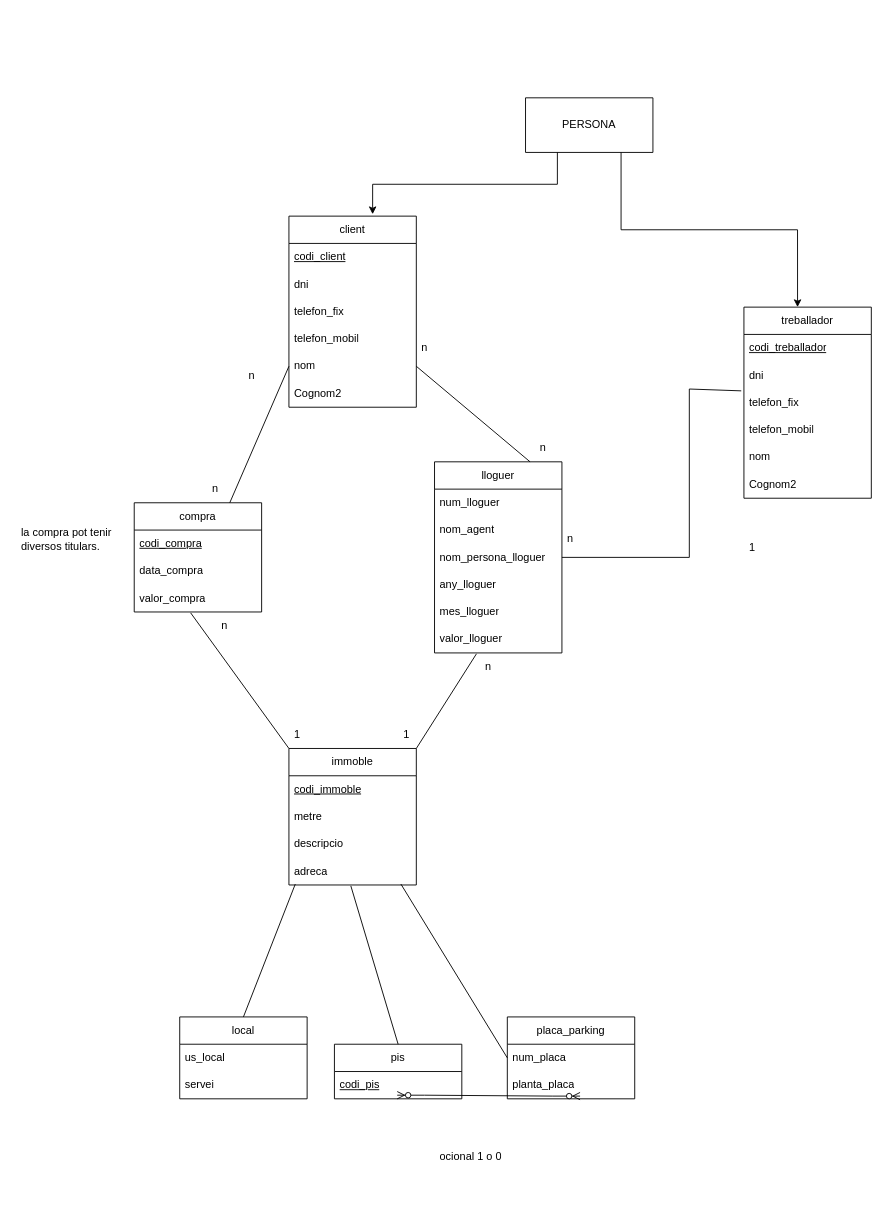
Above: M02_RA2_PT1(2).drawio in victor06-git/Progam_with_Victor (draw.io), before the change. Source tidied: cells renumbered, new cells numbered last; positions are measured from the earlier drawing's top-left corner, leaving out a move shared by most shapes. Both pictures are drawn from the tidied source at 91%, with x=0, y=0 at pixel (15, 97).
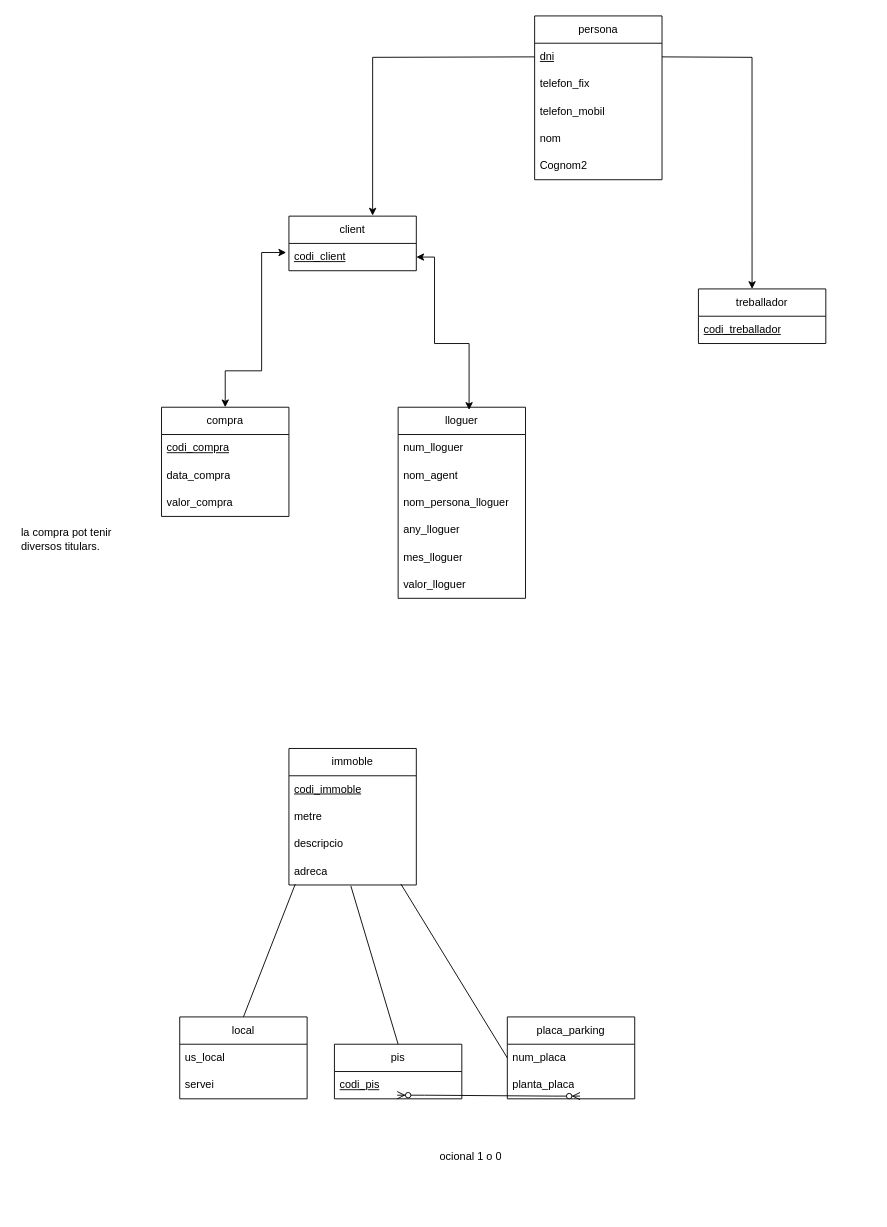
Above is the later version.

Unchanged cells that the change refers to:
```xml
<mxCell id="3" value="&lt;u&gt;codi_client&lt;/u&gt;" style="text;strokeColor=none;fillColor=none;align=left;verticalAlign=middle;spacingLeft=4;spacingRight=4;overflow=hidden;points=[[0,0.5],[1,0.5]];portConstraint=eastwest;whiteSpace=wrap;html=1;" parent="2" vertex="1">
  <mxGeometry y="30" width="140" height="30" as="geometry" />
</mxCell>
<mxCell id="16" value="immoble" style="swimlane;fontStyle=0;horizontal=1;startSize=30;whiteSpace=wrap;html=1;" parent="1" vertex="1">
  <mxGeometry x="300" y="715" width="140" height="150" as="geometry" />
</mxCell>
<mxCell id="32" value="valor_compra" style="text;strokeColor=none;fillColor=none;align=left;verticalAlign=middle;spacingLeft=4;spacingRight=4;overflow=hidden;points=[[0,0.5],[1,0.5]];portConstraint=eastwest;whiteSpace=wrap;html=1;" parent="29" vertex="1">
  <mxGeometry y="90" width="140" height="30" as="geometry" />
</mxCell>
<mxCell id="36" value="nom_persona_lloguer" style="text;strokeColor=none;fillColor=none;align=left;verticalAlign=middle;spacingLeft=4;spacingRight=4;overflow=hidden;points=[[0,0.5],[1,0.5]];portConstraint=eastwest;whiteSpace=wrap;html=1;" parent="33" vertex="1">
  <mxGeometry y="90" width="140" height="30" as="geometry" />
</mxCell>
<mxCell id="39" value="valor_lloguer" style="text;strokeColor=none;fillColor=none;align=left;verticalAlign=middle;spacingLeft=4;spacingRight=4;overflow=hidden;points=[[0,0.5],[1,0.5]];portConstraint=eastwest;whiteSpace=wrap;html=1;" parent="33" vertex="1">
  <mxGeometry y="180" width="140" height="30" as="geometry" />
</mxCell>
```

Change to the diagram source:
```diff
@@
     <mxCell id="2" value="client" style="swimlane;fontStyle=0;horizontal=1;startSize=30;whiteSpace=wrap;html=1;" parent="1" vertex="1">
-      <mxGeometry x="300" y="130" width="140" height="210" as="geometry" />
+      <mxGeometry x="300" y="130" width="140" height="60" as="geometry" />
     </mxCell>
@@
-    <mxCell id="4" value="dni" style="text;strokeColor=none;fillColor=none;align=left;verticalAlign=middle;spacingLeft=4;spacingRight=4;overflow=hidden;whiteSpace=wrap;html=1;" parent="2" vertex="1">
-      <mxGeometry y="60" width="140" height="30" as="geometry" />
-    </mxCell>
-    <mxCell id="5" value="telefon_fix" style="text;strokeColor=none;fillColor=none;align=left;verticalAlign=middle;spacingLeft=4;spacingRight=4;overflow=hidden;whiteSpace=wrap;html=1;" parent="2" vertex="1">
-      <mxGeometry y="90" width="140" height="30" as="geometry" />
-    </mxCell>
-    <mxCell id="6" value="telefon_mobil" style="text;strokeColor=none;fillColor=none;align=left;verticalAlign=middle;spacingLeft=4;spacingRight=4;overflow=hidden;whiteSpace=wrap;html=1;" parent="2" vertex="1">
-      <mxGeometry y="120" width="140" height="30" as="geometry" />
-    </mxCell>
-    <mxCell id="7" value="nom" style="text;strokeColor=none;fillColor=none;align=left;verticalAlign=middle;spacingLeft=4;spacingRight=4;overflow=hidden;points=[[0,0.5],[1,0.5]];portConstraint=eastwest;whiteSpace=wrap;html=1;" parent="2" vertex="1">
-      <mxGeometry y="150" width="140" height="30" as="geometry" />
-    </mxCell>
-    <mxCell id="8" value="Cognom2" style="text;strokeColor=none;fillColor=none;align=left;verticalAlign=middle;spacingLeft=4;spacingRight=4;overflow=hidden;whiteSpace=wrap;html=1;" parent="2" vertex="1">
-      <mxGeometry y="180" width="140" height="30" as="geometry" />
-    </mxCell>
     <mxCell id="9" value="treballador" style="swimlane;fontStyle=0;horizontal=1;startSize=30;whiteSpace=wrap;html=1;" parent="1" vertex="1">
-      <mxGeometry x="800" y="230" width="140" height="210" as="geometry" />
+      <mxGeometry x="750" y="210" width="140" height="60" as="geometry" />
     </mxCell>
@@
-    <mxCell id="11" value="dni" style="text;strokeColor=none;fillColor=none;align=left;verticalAlign=middle;spacingLeft=4;spacingRight=4;overflow=hidden;whiteSpace=wrap;html=1;" parent="9" vertex="1">
-      <mxGeometry y="60" width="140" height="30" as="geometry" />
-    </mxCell>
-    <mxCell id="12" value="telefon_fix" style="text;strokeColor=none;fillColor=none;align=left;verticalAlign=middle;spacingLeft=4;spacingRight=4;overflow=hidden;points=[[0,0.5],[1,0.5]];portConstraint=eastwest;whiteSpace=wrap;html=1;" parent="9" vertex="1">
-      <mxGeometry y="90" width="140" height="30" as="geometry" />
-    </mxCell>
-    <mxCell id="13" value="telefon_mobil" style="text;strokeColor=none;fillColor=none;align=left;verticalAlign=middle;spacingLeft=4;spacingRight=4;overflow=hidden;whiteSpace=wrap;html=1;" parent="9" vertex="1">
-      <mxGeometry y="120" width="140" height="30" as="geometry" />
-    </mxCell>
-    <mxCell id="14" value="nom" style="text;strokeColor=none;fillColor=none;align=left;verticalAlign=middle;spacingLeft=4;spacingRight=4;overflow=hidden;whiteSpace=wrap;html=1;" parent="9" vertex="1">
-      <mxGeometry y="150" width="140" height="30" as="geometry" />
-    </mxCell>
-    <mxCell id="15" value="Cognom2" style="text;strokeColor=none;fillColor=none;align=left;verticalAlign=middle;spacingLeft=4;spacingRight=4;overflow=hidden;whiteSpace=wrap;html=1;" parent="9" vertex="1">
-      <mxGeometry y="180" width="140" height="30" as="geometry" />
-    </mxCell>
@@
     <mxCell id="29" value="compra" style="swimlane;fontStyle=0;horizontal=1;startSize=30;whiteSpace=wrap;html=1;" parent="1" vertex="1">
-      <mxGeometry x="130" y="445" width="140" height="120" as="geometry" />
+      <mxGeometry x="160" y="340" width="140" height="120" as="geometry" />
     </mxCell>
@@
     <mxCell id="33" value="lloguer" style="swimlane;fontStyle=0;horizontal=1;startSize=30;whiteSpace=wrap;html=1;" parent="1" vertex="1">
-      <mxGeometry x="460" y="400" width="140" height="210" as="geometry" />
+      <mxGeometry x="420" y="340" width="140" height="210" as="geometry" />
     </mxCell>
@@
-    <mxCell id="40" style="endArrow=none;html=1;rounded=0;entryX=0.75;entryY=0;entryDx=0;entryDy=0;exitX=1;exitY=0.5;exitDx=0;exitDy=0;" parent="1" edge="1" source="7" target="33">
-      <mxGeometry relative="1" as="geometry" />
-    </mxCell>
-    <mxCell id="41" style="endArrow=none;html=1;rounded=0;entryX=0.75;entryY=0;entryDx=0;entryDy=0;exitX=0;exitY=0.5;exitDx=0;exitDy=0;" parent="1" edge="1" source="7" target="29">
-      <mxGeometry relative="1" as="geometry" />
-    </mxCell>
-    <mxCell id="42" style="endArrow=none;html=1;rounded=0;entryX=0;entryY=0;entryDx=0;entryDy=0;exitX=0.443;exitY=1.033;exitDx=0;exitDy=0;exitPerimeter=0;" parent="1" edge="1" source="32" target="16">
-      <mxGeometry relative="1" as="geometry" />
-    </mxCell>
-    <mxCell id="43" style="endArrow=none;html=1;rounded=0;entryX=1;entryY=0;entryDx=0;entryDy=0;exitX=0.329;exitY=1.033;exitDx=0;exitDy=0;exitPerimeter=0;" parent="1" edge="1" source="39" target="16">
-      <mxGeometry relative="1" as="geometry" />
-    </mxCell>
@@
-    <mxCell id="47" value="1" style="text;strokeColor=none;fillColor=none;align=left;verticalAlign=middle;spacingLeft=4;spacingRight=4;overflow=hidden;whiteSpace=wrap;html=1;" parent="1" vertex="1">
-      <mxGeometry x="420" y="685" width="80" height="30" as="geometry" />
-    </mxCell>
-    <mxCell id="48" value="n" style="text;strokeColor=none;fillColor=none;align=left;verticalAlign=middle;spacingLeft=4;spacingRight=4;overflow=hidden;whiteSpace=wrap;html=1;" parent="1" vertex="1">
-      <mxGeometry x="440" y="260" width="80" height="30" as="geometry" />
-    </mxCell>
-    <mxCell id="49" value="n" style="text;strokeColor=none;fillColor=none;align=left;verticalAlign=middle;spacingLeft=4;spacingRight=4;overflow=hidden;whiteSpace=wrap;html=1;" parent="1" vertex="1">
-      <mxGeometry x="570" y="370" width="80" height="30" as="geometry" />
-    </mxCell>
-    <mxCell id="50" value="n" style="text;strokeColor=none;fillColor=none;align=left;verticalAlign=middle;spacingLeft=4;spacingRight=4;overflow=hidden;whiteSpace=wrap;html=1;" parent="1" vertex="1">
-      <mxGeometry x="210" y="415" width="80" height="30" as="geometry" />
-    </mxCell>
-    <mxCell id="51" value="n" style="text;strokeColor=none;fillColor=none;align=left;verticalAlign=middle;spacingLeft=4;spacingRight=4;overflow=hidden;whiteSpace=wrap;html=1;" parent="1" vertex="1">
-      <mxGeometry x="250" y="290" width="80" height="30" as="geometry" />
-    </mxCell>
-    <mxCell id="52" value="1" style="text;strokeColor=none;fillColor=none;align=left;verticalAlign=middle;spacingLeft=4;spacingRight=4;overflow=hidden;whiteSpace=wrap;html=1;" parent="1" vertex="1">
-      <mxGeometry x="300" y="685" width="80" height="30" as="geometry" />
-    </mxCell>
-    <mxCell id="53" value="n" style="text;strokeColor=none;fillColor=none;align=left;verticalAlign=middle;spacingLeft=4;spacingRight=4;overflow=hidden;whiteSpace=wrap;html=1;" parent="1" vertex="1">
-      <mxGeometry x="220" y="565" width="80" height="30" as="geometry" />
-    </mxCell>
-    <mxCell id="54" value="n" style="text;strokeColor=none;fillColor=none;align=left;verticalAlign=middle;spacingLeft=4;spacingRight=4;overflow=hidden;whiteSpace=wrap;html=1;" parent="1" vertex="1">
-      <mxGeometry x="510" y="610" width="80" height="30" as="geometry" />
-    </mxCell>
-    <mxCell id="55" style="endArrow=none;html=1;rounded=0;entryX=1;entryY=0.5;entryDx=0;entryDy=0;exitX=-0.021;exitY=0.067;exitDx=0;exitDy=0;exitPerimeter=0;" parent="1" edge="1" source="12" target="36">
-      <mxGeometry relative="1" as="geometry">
-        <Array as="points">
-          <mxPoint x="740" y="320" />
-          <mxPoint x="740" y="505" />
-        </Array>
-      </mxGeometry>
-    </mxCell>
-    <mxCell id="56" value="1" style="text;strokeColor=none;fillColor=none;align=left;verticalAlign=middle;spacingLeft=4;spacingRight=4;overflow=hidden;whiteSpace=wrap;html=1;" parent="1" vertex="1">
-      <mxGeometry x="800" y="480" width="80" height="30" as="geometry" />
-    </mxCell>
-    <mxCell id="57" value="n" style="text;strokeColor=none;fillColor=none;align=left;verticalAlign=middle;spacingLeft=4;spacingRight=4;overflow=hidden;whiteSpace=wrap;html=1;" parent="1" vertex="1">
-      <mxGeometry x="600" y="470" width="80" height="30" as="geometry" />
-    </mxCell>
-    <mxCell id="58" value="PERSONA" style="swimlane;fontStyle=0;horizontal=1;startSize=60;whiteSpace=wrap;html=1;" parent="1" vertex="1">
-      <mxGeometry x="560" width="140" height="60" as="geometry" />
-    </mxCell>
-    <mxCell id="59" style="edgeStyle=orthogonalEdgeStyle;rounded=0;jettySize=auto;html=1;exitX=0.25;exitY=1;exitDx=0;exitDy=0;entryX=0.657;entryY=-0.01;entryDx=0;entryDy=0;entryPerimeter=0;" parent="1" edge="1" source="58" target="2">
-      <mxGeometry relative="1" as="geometry" />
+    <mxCell id="59" style="edgeStyle=orthogonalEdgeStyle;rounded=0;jettySize=auto;html=1;exitX=0;exitY=0.5;exitDx=0;exitDy=0;entryX=0.657;entryY=-0.01;entryDx=0;entryDy=0;entryPerimeter=0;" parent="1" edge="1" target="2">
+      <mxGeometry relative="1" as="geometry">
+        <mxPoint x="570" y="-45" as="sourcePoint" />
+      </mxGeometry>
     </mxCell>
-    <mxCell id="60" style="edgeStyle=orthogonalEdgeStyle;rounded=0;jettySize=auto;html=1;exitX=0.75;exitY=1;exitDx=0;exitDy=0;entryX=0.421;entryY=0;entryDx=0;entryDy=0;entryPerimeter=0;" parent="1" edge="1" source="58" target="9">
-      <mxGeometry relative="1" as="geometry" />
+    <mxCell id="60" style="edgeStyle=orthogonalEdgeStyle;rounded=0;jettySize=auto;html=1;exitX=1;exitY=0.5;exitDx=0;exitDy=0;entryX=0.421;entryY=0;entryDx=0;entryDy=0;entryPerimeter=0;" parent="1" edge="1" target="9">
+      <mxGeometry relative="1" as="geometry">
+        <mxPoint x="710" y="-45" as="sourcePoint" />
+      </mxGeometry>
     </mxCell>
@@
+    <mxCell id="64" value="persona" style="swimlane;fontStyle=0;horizontal=1;startSize=30;whiteSpace=wrap;html=1;" parent="1" vertex="1">
+      <mxGeometry x="570" y="-90" width="140" height="180" as="geometry" />
+    </mxCell>
+    <mxCell id="65" value="&lt;u&gt;dni&lt;/u&gt;" style="text;strokeColor=none;fillColor=none;align=left;verticalAlign=middle;spacingLeft=4;spacingRight=4;overflow=hidden;whiteSpace=wrap;html=1;" parent="64" vertex="1">
+      <mxGeometry y="30" width="140" height="30" as="geometry" />
+    </mxCell>
+    <mxCell id="66" value="telefon_fix" style="text;strokeColor=none;fillColor=none;align=left;verticalAlign=middle;spacingLeft=4;spacingRight=4;overflow=hidden;whiteSpace=wrap;html=1;" parent="64" vertex="1">
+      <mxGeometry y="60" width="140" height="30" as="geometry" />
+    </mxCell>
+    <mxCell id="67" value="telefon_mobil" style="text;strokeColor=none;fillColor=none;align=left;verticalAlign=middle;spacingLeft=4;spacingRight=4;overflow=hidden;whiteSpace=wrap;html=1;" parent="64" vertex="1">
+      <mxGeometry y="90" width="140" height="30" as="geometry" />
+    </mxCell>
+    <mxCell id="68" value="nom" style="text;strokeColor=none;fillColor=none;align=left;verticalAlign=middle;spacingLeft=4;spacingRight=4;overflow=hidden;whiteSpace=wrap;html=1;" parent="64" vertex="1">
+      <mxGeometry y="120" width="140" height="30" as="geometry" />
+    </mxCell>
+    <mxCell id="69" value="Cognom2" style="text;strokeColor=none;fillColor=none;align=left;verticalAlign=middle;spacingLeft=4;spacingRight=4;overflow=hidden;whiteSpace=wrap;html=1;" parent="64" vertex="1">
+      <mxGeometry y="150" width="140" height="30" as="geometry" />
+    </mxCell>
+    <mxCell id="70" style="endArrow=classic;startArrow=classic;html=1;rounded=0;exitX=0.5;exitY=0;exitDx=0;exitDy=0;" parent="1" edge="1" source="29">
+      <mxGeometry relative="1" as="geometry">
+        <mxPoint x="297" y="170" as="targetPoint" />
+        <Array as="points">
+          <mxPoint x="230" y="300" />
+          <mxPoint x="270" y="300" />
+          <mxPoint x="270" y="170" />
+        </Array>
+      </mxGeometry>
+    </mxCell>
+    <mxCell id="71" style="endArrow=classic;startArrow=classic;html=1;rounded=0;exitX=0.557;exitY=0.014;exitDx=0;exitDy=0;exitPerimeter=0;entryX=1;entryY=0.5;entryDx=0;entryDy=0;" parent="1" edge="1" source="33" target="3">
+      <mxGeometry relative="1" as="geometry">
+        <Array as="points">
+          <mxPoint x="498" y="270" />
+          <mxPoint x="460" y="270" />
+          <mxPoint x="460" y="175" />
+        </Array>
+      </mxGeometry>
+    </mxCell>
```
